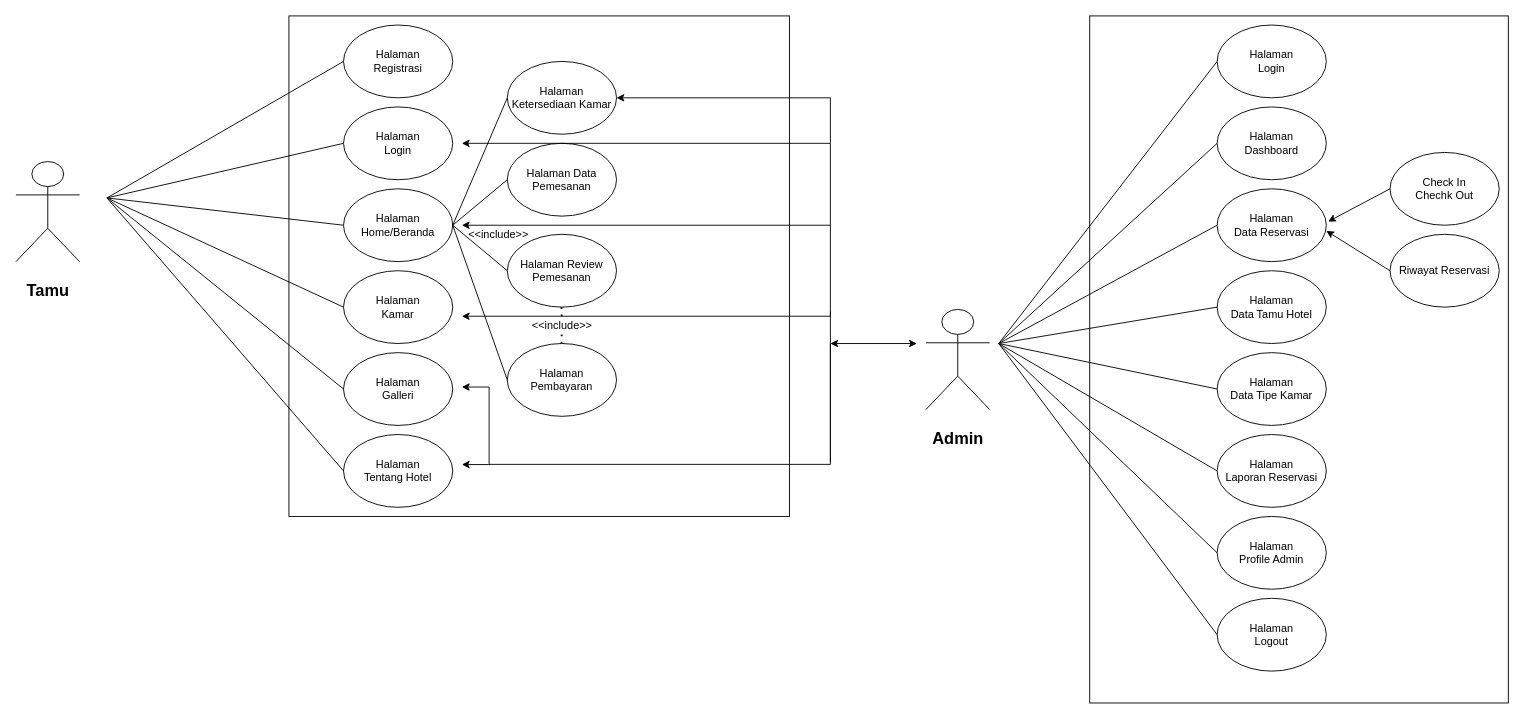
WijayaHendy/http-purwandias.github.io keeps this draw.io diagram as MPA_TGS02_5190411571.drawio. Above is the earlier version. Source tidied: cells renumbered, new cells numbered last; positions are measured from the earlier drawing's top-left corner, leaving out a move shared by most shapes. Both pictures are drawn from the tidied source at 91%, with x=0, y=0 at pixel (15, 15).
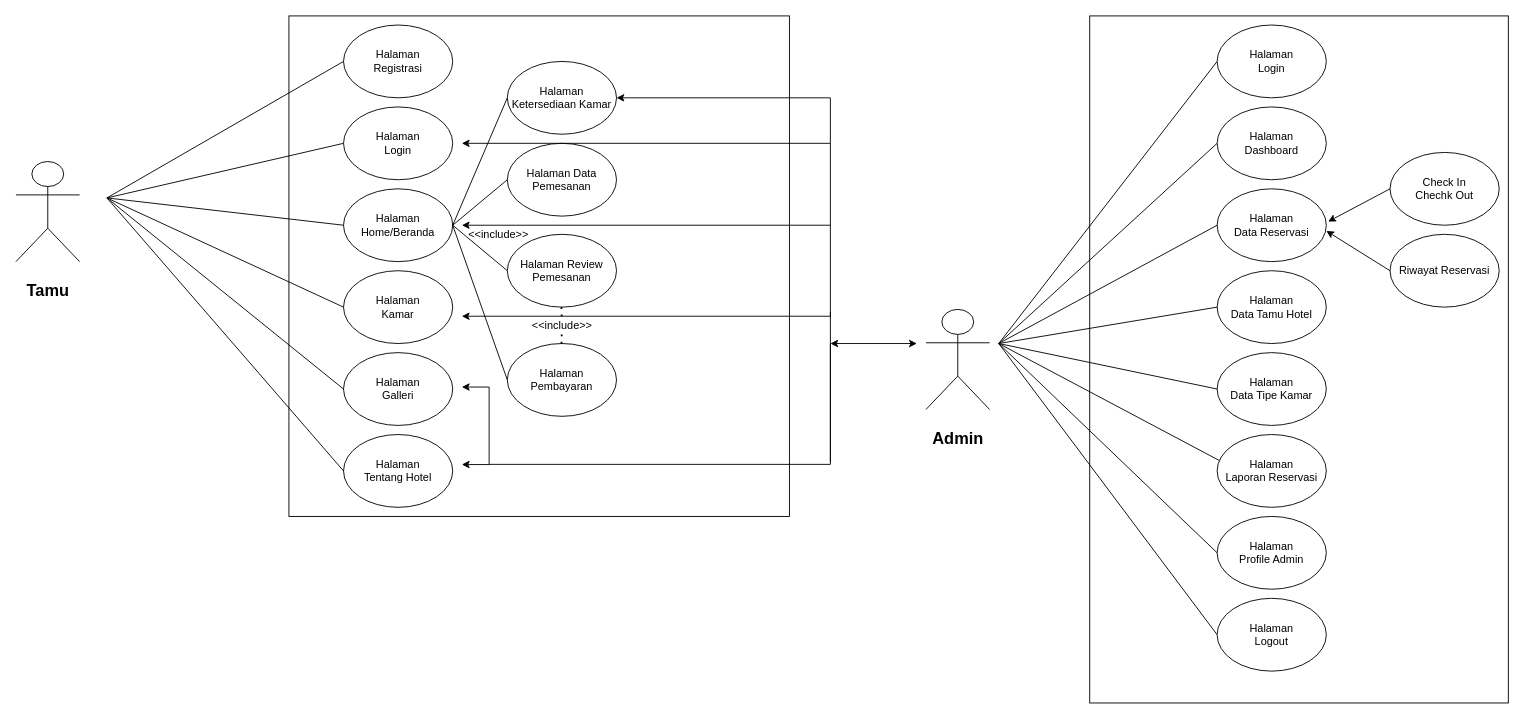
After the change.

Unchanged cells that the change refers to:
```xml
<mxCell id="43" value="Halaman&lt;br&gt;Laporan Reservasi" style="ellipse;whiteSpace=wrap;html=1;" parent="1" vertex="1">
  <mxGeometry x="1320" y="460" width="120" height="80" as="geometry" />
</mxCell>
```

The edit, as a diff of the source:
```diff
@@
-    <mxCell id="39" style="endArrow=none;html=1;entryX=0;entryY=0.5;entryDx=0;entryDy=0;" parent="1" edge="1" target="43">
+    <mxCell id="39" style="endArrow=none;html=1;entryX=0.024;entryY=0.36;entryDx=0;entryDy=0;entryPerimeter=0;" parent="1" edge="1" target="43">
       <mxGeometry relative="1" as="geometry">
         <mxPoint x="1080" y="360" as="sourcePoint" />
       </mxGeometry>
     </mxCell>
```
